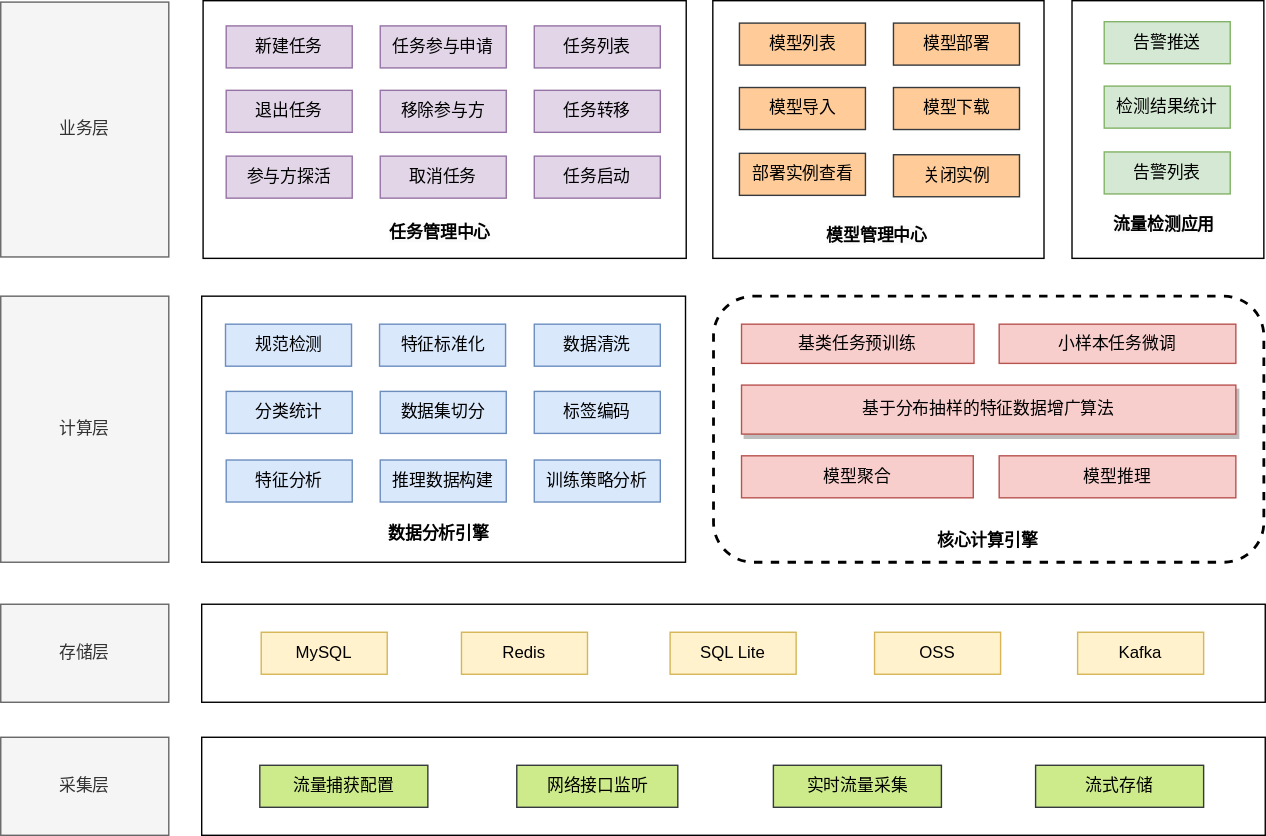
Before: 系统架构.svg, a diagram exported from draw.io (hiro942/drawio). Source tidied: cells renumbered, new cells last; positions are measured from the earlier drawing's top-left corner, leaving out a move shared by most shapes.
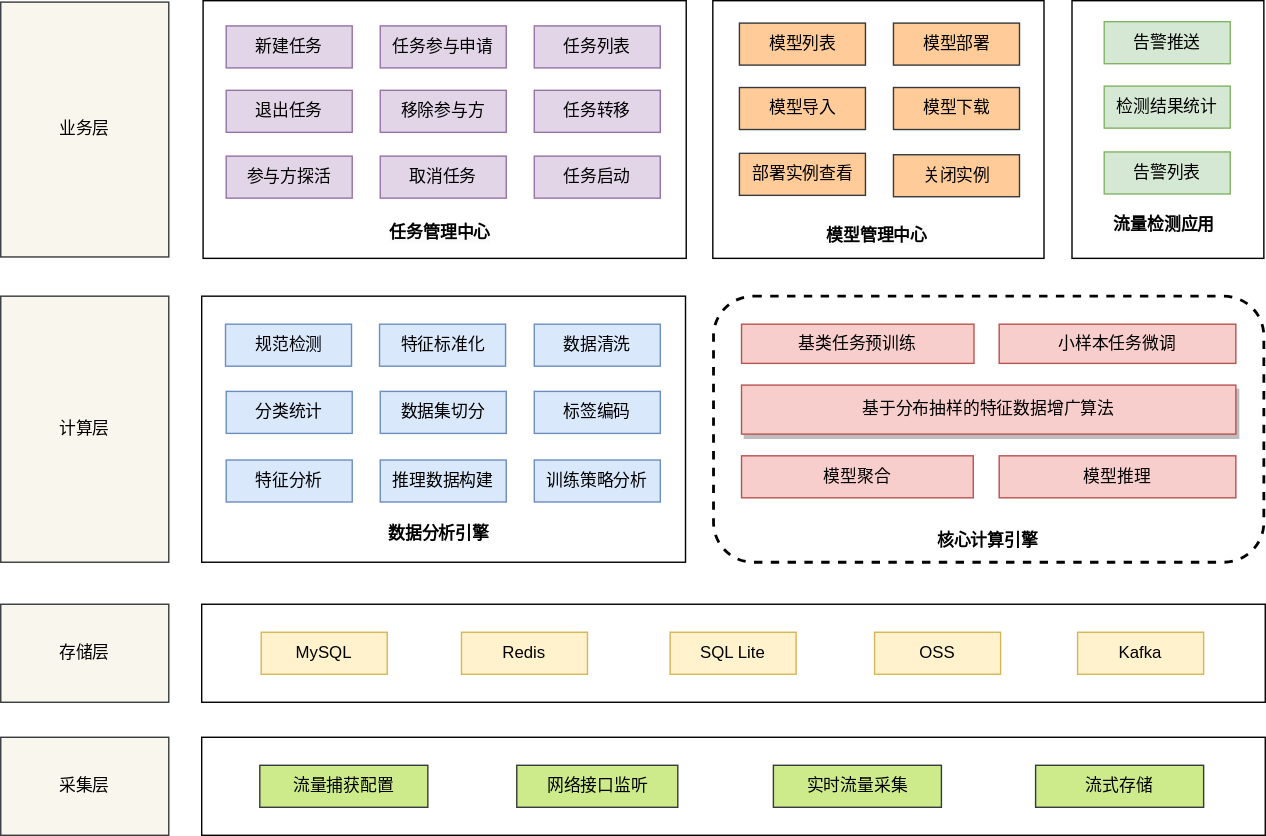
After the change.

Commit message:
更新系统架构.svg

What changed in the source:
```diff
@@ -122,10 +122,10 @@
     <mxCell id="41" value="&lt;span style=&quot;color: rgb(0, 0, 0); font-family: Helvetica; font-size: 12px; font-style: normal; font-variant-ligatures: normal; font-variant-caps: normal; letter-spacing: normal; orphans: 2; text-align: center; text-indent: 0px; text-transform: none; widows: 2; word-spacing: 0px; -webkit-text-stroke-width: 0px; background-color: rgb(251, 251, 251); text-decoration-thickness: initial; text-decoration-style: initial; text-decoration-color: initial; float: none; display: inline !important;&quot;&gt;&lt;b&gt;任务管理中心&lt;/b&gt;&lt;/span&gt;" style="text;whiteSpace=wrap;html=1;" parent="1" vertex="1">
       <mxGeometry x="276" y="152" width="80" height="30" as="geometry" />
     </mxCell>
-    <mxCell id="42" value="计算层" style="rounded=0;whiteSpace=wrap;html=1;fillColor=#f5f5f5;fontColor=#333333;strokeColor=#666666;" parent="1" vertex="1">
+    <mxCell id="42" value="计算层" style="rounded=0;whiteSpace=wrap;html=1;glass=0;shadow=0;fillColor=#f9f7ed;strokeColor=#36393d;" parent="1" vertex="1">
       <mxGeometry y="211" width="120" height="190" as="geometry" />
     </mxCell>
-    <mxCell id="43" value="业务层" style="rounded=0;whiteSpace=wrap;html=1;fillColor=#f5f5f5;fontColor=#333333;strokeColor=#666666;" parent="1" vertex="1">
+    <mxCell id="43" value="业务层" style="rounded=0;whiteSpace=wrap;html=1;glass=0;shadow=0;fillColor=#f9f7ed;strokeColor=#36393d;" parent="1" vertex="1">
       <mxGeometry y="1" width="120" height="182" as="geometry" />
     </mxCell>
     <mxCell id="44" style="rounded=0;whiteSpace=wrap;html=1;" parent="1" vertex="1">
@@ -143,7 +143,7 @@
     <mxCell id="48" value="Kafka" style="rounded=0;whiteSpace=wrap;html=1;fillColor=#fff2cc;strokeColor=#d6b656;" parent="1" vertex="1">
       <mxGeometry x="769" y="451" width="90" height="30" as="geometry" />
     </mxCell>
-    <mxCell id="49" value="存储层" style="rounded=0;whiteSpace=wrap;html=1;fillColor=#f5f5f5;fontColor=#333333;strokeColor=#666666;" parent="1" vertex="1">
+    <mxCell id="49" value="存储层" style="rounded=0;whiteSpace=wrap;html=1;glass=0;shadow=0;fillColor=#f9f7ed;strokeColor=#36393d;" parent="1" vertex="1">
       <mxGeometry y="431" width="120" height="70" as="geometry" />
     </mxCell>
     <mxCell id="50" value="标签编码" style="rounded=0;whiteSpace=wrap;html=1;fillColor=#dae8fc;strokeColor=#6c8ebf;" parent="1" vertex="1">
@@ -152,7 +152,7 @@
     <mxCell id="51" value="OSS" style="rounded=0;whiteSpace=wrap;html=1;fillColor=#fff2cc;strokeColor=#d6b656;" parent="1" vertex="1">
       <mxGeometry x="624" y="451" width="90" height="30" as="geometry" />
     </mxCell>
-    <mxCell id="52" value="采集层" style="rounded=0;whiteSpace=wrap;html=1;fillColor=#f5f5f5;fontColor=#333333;strokeColor=#666666;" parent="1" vertex="1">
+    <mxCell id="52" value="采集层" style="rounded=0;whiteSpace=wrap;html=1;glass=0;shadow=0;fillColor=#f9f7ed;strokeColor=#36393d;" parent="1" vertex="1">
       <mxGeometry y="526" width="120" height="70" as="geometry" />
     </mxCell>
     <mxCell id="53" value="&lt;b style=&quot;border-color: var(--border-color); color: rgb(0, 0, 0); font-family: Helvetica; font-size: 12px; font-style: normal; font-variant-ligatures: normal; font-variant-caps: normal; letter-spacing: normal; orphans: 2; text-align: center; text-indent: 0px; text-transform: none; widows: 2; word-spacing: 0px; -webkit-text-stroke-width: 0px; text-decoration-thickness: initial; text-decoration-style: initial; text-decoration-color: initial; background-color: rgb(255, 255, 255);&quot;&gt;核心计算引擎&lt;/b&gt;" style="text;whiteSpace=wrap;html=1;" parent="1" vertex="1">
```
